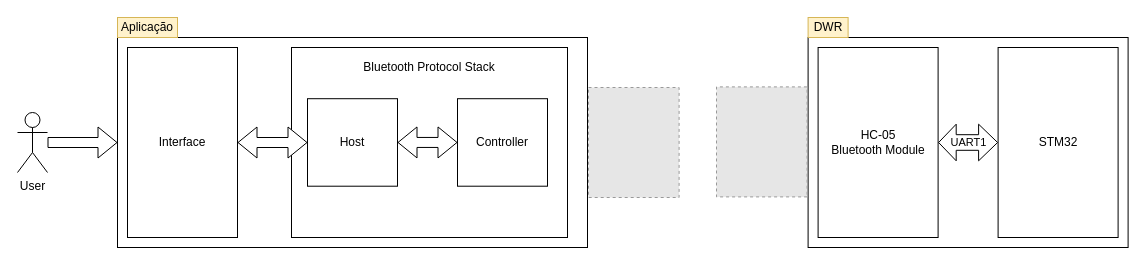
Earlier version of the draw.io diagram 03Flowcharts/Bluetooth.drawio (LPI-2020/DWR-19). Source tidied: cells renumbered, new cells numbered last; positions are measured from the earlier drawing's top-left corner, leaving out a move shared by most shapes. Both pictures are drawn from the tidied source at 100%, with x=0, y=0 at pixel (17, 17). Pictures stored in the file or linked from it are replaced by grey dashed boxes.
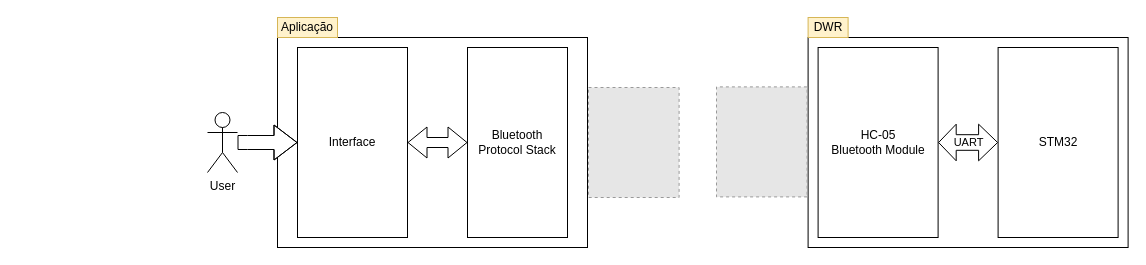
The same page after the edit.

Unchanged cells that the change refers to:
```xml
<mxCell id="5" value="HC-05&lt;br&gt;Bluetooth Module" style="rounded=0;whiteSpace=wrap;html=1;" parent="1" vertex="1">
  <mxGeometry x="800.6" y="30" width="120" height="190" as="geometry" />
</mxCell>
<mxCell id="6" value="STM32" style="rounded=0;whiteSpace=wrap;html=1;" parent="1" vertex="1">
  <mxGeometry x="980.6" y="30" width="120" height="190" as="geometry" />
</mxCell>
```

The edit, as a diff of the source:
```diff
@@
     <mxCell id="2" style="rounded=0;whiteSpace=wrap;html=1;labelPosition=left;verticalLabelPosition=top;align=right;verticalAlign=bottom;spacingTop=0;spacingRight=0;spacingLeft=0;" parent="1" vertex="1">
-      <mxGeometry x="100" y="20" width="470" height="210" as="geometry" />
+      <mxGeometry x="260" y="20" width="310" height="210" as="geometry" />
     </mxCell>
     <mxCell id="3" value="Interface" style="rounded=0;whiteSpace=wrap;html=1;" parent="1" vertex="1">
-      <mxGeometry x="110" y="30" width="110" height="190" as="geometry" />
+      <mxGeometry x="280" y="30" width="110" height="190" as="geometry" />
     </mxCell>
@@
-    <mxCell id="7" style="rounded=0;whiteSpace=wrap;html=1;" parent="1" vertex="1">
-      <mxGeometry x="274" y="30" width="276" height="190" as="geometry" />
+    <mxCell id="7" value="&lt;span&gt;Bluetooth Protocol Stack&lt;/span&gt;" style="rounded=0;whiteSpace=wrap;html=1;" parent="1" vertex="1">
+      <mxGeometry x="450" y="30" width="100" height="190" as="geometry" />
     </mxCell>
-    <mxCell id="8" value="Bluetooth Protocol Stack" style="text;html=1;strokeColor=none;fillColor=none;align=center;verticalAlign=middle;whiteSpace=wrap;rounded=0;" parent="1" vertex="1">
-      <mxGeometry x="339" y="40" width="146" height="20" as="geometry" />
-    </mxCell>
-    <mxCell id="9" value="Host" style="rounded=0;whiteSpace=wrap;html=1;" parent="1" vertex="1">
-      <mxGeometry x="290" y="81.2" width="90" height="87.5" as="geometry" />
-    </mxCell>
-    <mxCell id="10" value="Controller" style="rounded=0;whiteSpace=wrap;html=1;" parent="1" vertex="1">
-      <mxGeometry x="440" y="81.2" width="90" height="87.5" as="geometry" />
-    </mxCell>
-    <mxCell id="11" value="UART1" style="shape=flexArrow;endArrow=classic;startArrow=classic;html=1;exitX=1;exitY=0.5;exitDx=0;exitDy=0;entryX=0;entryY=0.5;entryDx=0;entryDy=0;width=15.6;startSize=5.532;" parent="1" edge="1" source="5" target="6">
+    <mxCell id="11" value="UART" style="shape=flexArrow;endArrow=classic;startArrow=classic;html=1;exitX=1;exitY=0.5;exitDx=0;exitDy=0;entryX=0;entryY=0.5;entryDx=0;entryDy=0;width=15.6;startSize=5.532;" parent="1" edge="1" source="5" target="6">
       <mxGeometry relative="1" as="geometry" />
     </mxCell>
@@
-    <mxCell id="14" style="shape=flexArrow;endArrow=classic;startArrow=classic;html=1;entryX=0;entryY=0.5;entryDx=0;entryDy=0;exitX=1;exitY=0.5;exitDx=0;exitDy=0;" parent="1" edge="1" source="9" target="10">
-      <mxGeometry relative="1" as="geometry" />
-    </mxCell>
-    <mxCell id="15" style="shape=flexArrow;endArrow=classic;startArrow=classic;html=1;fillColor=#FFFFFF;" parent="1" edge="1" source="3">
-      <mxGeometry relative="1" as="geometry">
-        <mxPoint x="290" y="125" as="targetPoint" />
-      </mxGeometry>
-    </mxCell>
     <mxCell id="16" value="User" style="shape=umlActor;verticalLabelPosition=bottom;verticalAlign=top;html=1;" parent="1" vertex="1">
-      <mxGeometry y="95" width="30" height="60" as="geometry" />
+      <mxGeometry x="190" y="95" width="30" height="60" as="geometry" />
     </mxCell>
-    <mxCell id="17" style="shape=flexArrow;endArrow=classic;html=1;fillColor=#FFFFFF;entryX=0;entryY=0.5;entryDx=0;entryDy=0;" parent="1" edge="1" source="16" target="2">
-      <mxGeometry relative="1" as="geometry" />
+    <mxCell id="17" style="shape=flexArrow;endArrow=classic;html=1;fillColor=#FFFFFF;width=14;endSize=7.33;" parent="1" edge="1" source="16" target="3">
+      <mxGeometry relative="1" as="geometry">
+        <Array as="points">
+          <mxPoint x="230" y="125" />
+        </Array>
+      </mxGeometry>
     </mxCell>
     <mxCell id="18" value="Aplicação" style="text;html=1;strokeColor=#d6b656;fillColor=#fff2cc;align=center;verticalAlign=middle;whiteSpace=wrap;rounded=0;" parent="1" vertex="1">
-      <mxGeometry x="100" width="60" height="20" as="geometry" />
+      <mxGeometry x="260" width="60" height="20" as="geometry" />
     </mxCell>
@@
+    <mxCell id="20" style="shape=flexArrow;endArrow=classic;startArrow=classic;html=1;exitX=1;exitY=0.5;exitDx=0;exitDy=0;" parent="1" edge="1" source="3" target="7">
+      <mxGeometry relative="1" as="geometry" />
+    </mxCell>
```
